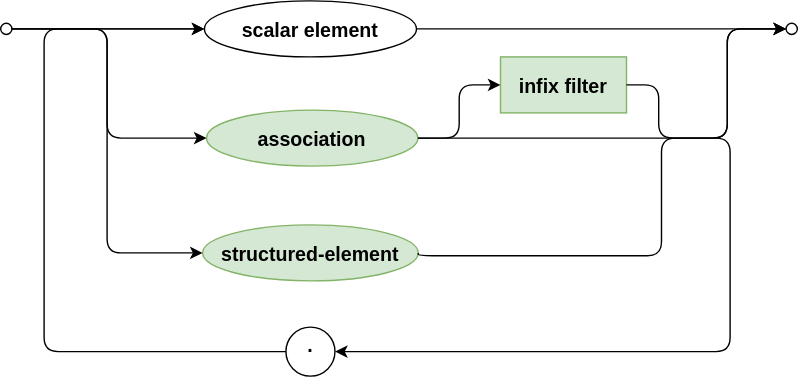
The draw.io diagram assets/cxl/ref.drawio.svg in capire/docs, before a commit. Source tidied: cells renumbered, new cells last; positions are measured from the earlier drawing's top-left corner, leaving out a move shared by most shapes.
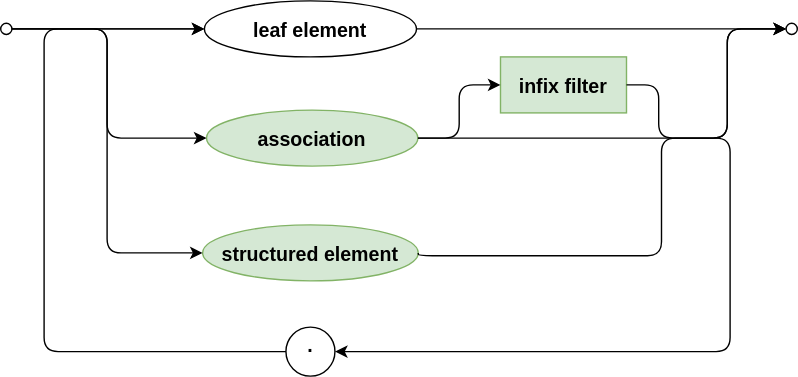
After the commit.

Commit message:
leaf elements

Diff of the diagram source:
```diff
@@ -14,12 +14,12 @@
     <mxCell id="5" style="edgeStyle=elbowEdgeStyle;html=1;labelBackgroundColor=none;rounded=1;elbow=horizontal;endArrow=classic;endFill=1;align=left;exitX=1;exitY=0.5;exitDx=0;exitDy=0;entryX=0;entryY=0.5;entryDx=0;entryDy=0;strokeWidth=1;fontSize=14;verticalAlign=middle;fontStyle=1;textDirection=ltr;" parent="1" edge="1" source="6" target="4">
       <mxGeometry relative="1" as="geometry" />
     </mxCell>
-    <object id="6" label="scalar element" placeholders="1">
+    <object id="6" label="leaf element" placeholders="1">
       <mxCell style="ellipse;align=center;newEdgeStyle={&quot;edgeStyle&quot;:&quot;entityRelationEdgeStyle&quot;,&quot;startArrow&quot;:&quot;none&quot;,&quot;endArrow&quot;:&quot;none&quot;,&quot;segment&quot;:10,&quot;curved&quot;:1,&quot;sourcePerimeterSpacing&quot;:0,&quot;targetPerimeterSpacing&quot;:0};strokeWidth=1;fontSize=14;verticalAlign=middle;fontStyle=1;textDirection=ltr;spacing=4;" parent="1" vertex="1">
         <mxGeometry x="145.5" width="151.5" height="40" as="geometry" />
       </mxCell>
     </object>
-    <mxCell id="7" value="structured-element" style="ellipse;align=center;newEdgeStyle={&quot;edgeStyle&quot;:&quot;entityRelationEdgeStyle&quot;,&quot;startArrow&quot;:&quot;none&quot;,&quot;endArrow&quot;:&quot;none&quot;,&quot;segment&quot;:10,&quot;curved&quot;:1,&quot;sourcePerimeterSpacing&quot;:0,&quot;targetPerimeterSpacing&quot;:0};fontStyle=1;verticalAlign=middle;fontSize=14;textDirection=ltr;strokeWidth=1;fillColor=#d5e8d4;strokeColor=#82b366;" parent="1" vertex="1">
+    <mxCell id="7" value="structured element" style="ellipse;align=center;newEdgeStyle={&quot;edgeStyle&quot;:&quot;entityRelationEdgeStyle&quot;,&quot;startArrow&quot;:&quot;none&quot;,&quot;endArrow&quot;:&quot;none&quot;,&quot;segment&quot;:10,&quot;curved&quot;:1,&quot;sourcePerimeterSpacing&quot;:0,&quot;targetPerimeterSpacing&quot;:0};fontStyle=1;verticalAlign=middle;fontSize=14;textDirection=ltr;strokeWidth=1;fillColor=#d5e8d4;strokeColor=#82b366;" parent="1" vertex="1">
       <mxGeometry x="144.2" y="160" width="154" height="40" as="geometry" />
     </mxCell>
     <mxCell id="8" value="association" style="ellipse;align=center;newEdgeStyle={&quot;edgeStyle&quot;:&quot;entityRelationEdgeStyle&quot;,&quot;startArrow&quot;:&quot;none&quot;,&quot;endArrow&quot;:&quot;none&quot;,&quot;segment&quot;:10,&quot;curved&quot;:1,&quot;sourcePerimeterSpacing&quot;:0,&quot;targetPerimeterSpacing&quot;:0};fontStyle=1;verticalAlign=middle;fontSize=14;textDirection=ltr;strokeWidth=1;fillColor=#d5e8d4;strokeColor=#82b366;" parent="1" vertex="1">
```
